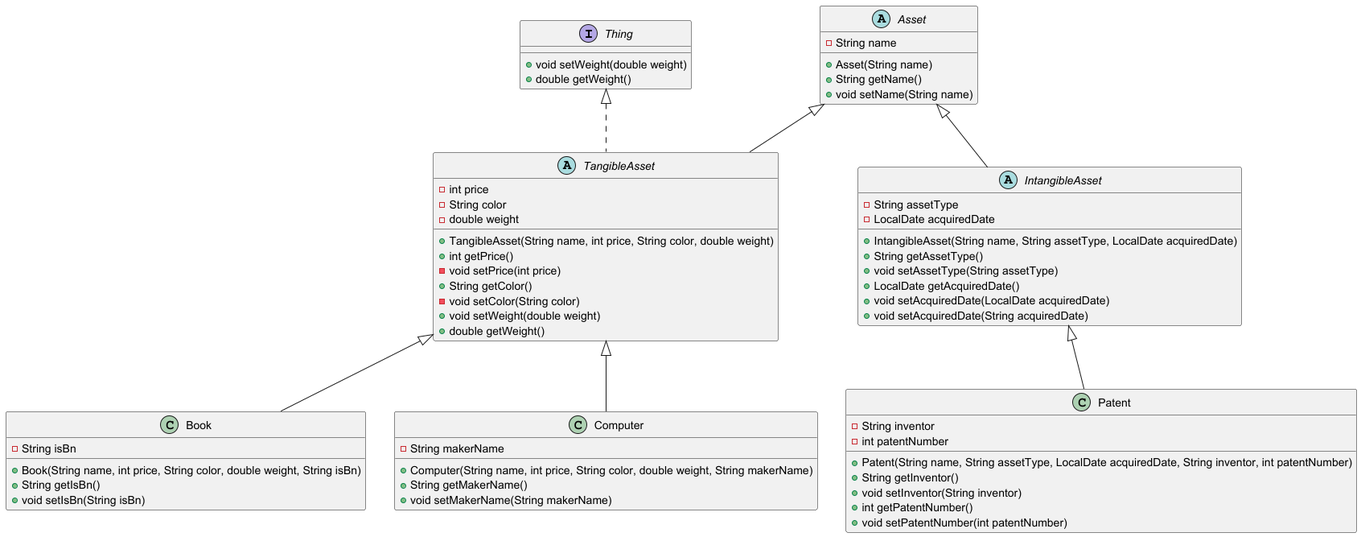
Above: image/CompanyUML.png in ssa25879/polytech_java2 (PlantUML), before the change. Its diagram source:
```plantuml
@startuml

scale 1

interface Thing {
    + void setWeight(double weight)
    + double getWeight()
}

abstract class Asset {
    - String name

    + Asset(String name)
    + String getName()
    + void setName(String name)
}

abstract class TangibleAsset extends Asset implements Thing {
    - int price
    - String color
    - double weight

    + TangibleAsset(String name, int price, String color, double weight)
    + int getPrice()
    - void setPrice(int price)
    + String getColor()
    - void setColor(String color)
    + void setWeight(double weight)
    + double getWeight()
}

abstract class IntangibleAsset extends Asset {
    - String assetType
    - LocalDate acquiredDate

    + IntangibleAsset(String name, String assetType, LocalDate acquiredDate)
    + String getAssetType()
    + void setAssetType(String assetType)
    + LocalDate getAcquiredDate()
    + void setAcquiredDate(LocalDate acquiredDate)
    + void setAcquiredDate(String acquiredDate)
}

class Book extends TangibleAsset {
    - String isBn

    + Book(String name, int price, String color, double weight, String isBn)
    + String getIsBn()
    + void setIsBn(String isBn)
}

class Computer extends TangibleAsset {
    - String makerName

    + Computer(String name, int price, String color, double weight, String makerName)
    + String getMakerName()
    + void setMakerName(String makerName)
}

class Patent extends IntangibleAsset {
    - String inventor
    - int patentNumber

    + Patent(String name, String assetType, LocalDate acquiredDate, String inventor, int patentNumber)
    + String getInventor()
    + void setInventor(String inventor)
    + int getPatentNumber()
    + void setPatentNumber(int patentNumber)
}

@enduml
```
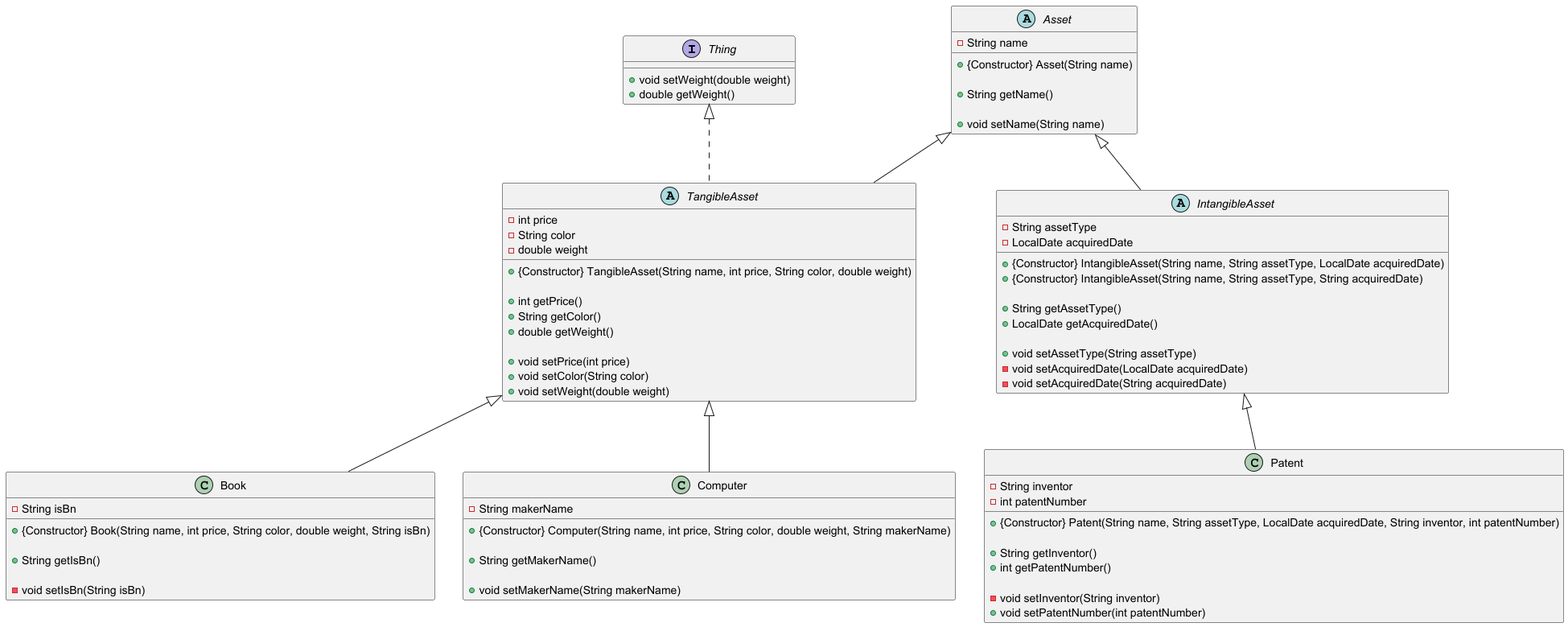
The same file after the commit.

Diff of the diagram source:
```diff
@@ -10,8 +10,10 @@
 abstract class Asset {
     - String name
 
-    + Asset(String name)
+    + {Constructor} Asset(String name)
+
     + String getName()
+
     + void setName(String name)
 }
 
@@ -20,40 +22,49 @@
     - String color
     - double weight
 
-    + TangibleAsset(String name, int price, String color, double weight)
+    + {Constructor} TangibleAsset(String name, int price, String color, double weight)
+
     + int getPrice()
-    - void setPrice(int price)
     + String getColor()
-    - void setColor(String color)
+    + double getWeight()
+
+    + void setPrice(int price)
+    + void setColor(String color)
     + void setWeight(double weight)
-    + double getWeight()
 }
 
 abstract class IntangibleAsset extends Asset {
     - String assetType
     - LocalDate acquiredDate
 
-    + IntangibleAsset(String name, String assetType, LocalDate acquiredDate)
+    + {Constructor} IntangibleAsset(String name, String assetType, LocalDate acquiredDate)
+    + {Constructor} IntangibleAsset(String name, String assetType, String acquiredDate)
+
     + String getAssetType()
+    + LocalDate getAcquiredDate()
+
     + void setAssetType(String assetType)
-    + LocalDate getAcquiredDate()
-    + void setAcquiredDate(LocalDate acquiredDate)
-    + void setAcquiredDate(String acquiredDate)
+    - void setAcquiredDate(LocalDate acquiredDate)
+    - void setAcquiredDate(String acquiredDate)
 }
 
 class Book extends TangibleAsset {
     - String isBn
 
-    + Book(String name, int price, String color, double weight, String isBn)
+    + {Constructor} Book(String name, int price, String color, double weight, String isBn)
+
     + String getIsBn()
-    + void setIsBn(String isBn)
+
+    - void setIsBn(String isBn)
 }
 
 class Computer extends TangibleAsset {
     - String makerName
 
-    + Computer(String name, int price, String color, double weight, String makerName)
+    + {Constructor} Computer(String name, int price, String color, double weight, String makerName)
+
     + String getMakerName()
+
     + void setMakerName(String makerName)
 }
 
@@ -61,10 +72,12 @@
     - String inventor
     - int patentNumber
 
-    + Patent(String name, String assetType, LocalDate acquiredDate, String inventor, int patentNumber)
+    + {Constructor} Patent(String name, String assetType, LocalDate acquiredDate, String inventor, int patentNumber)
+
     + String getInventor()
-    + void setInventor(String inventor)
     + int getPatentNumber()
+
+    - void setInventor(String inventor)
     + void setPatentNumber(int patentNumber)
 }
 
```
